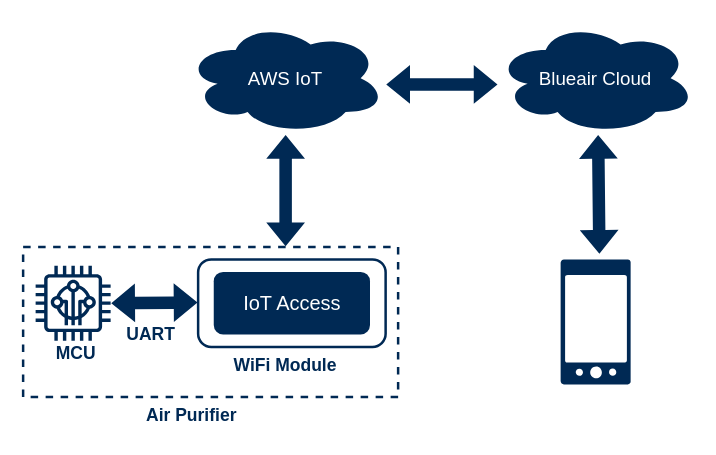
Earlier version of the draw.io diagram Blueair-新模组物理视图.drawio (xunzhaoxusanduo/1-drawio). Source tidied: cells renumbered, new cells numbered last; positions are measured from the earlier drawing's top-left corner, leaving out a move shared by most shapes. Both pictures are drawn from the tidied source at 125%, with x=0, y=0 at pixel (22, 21).
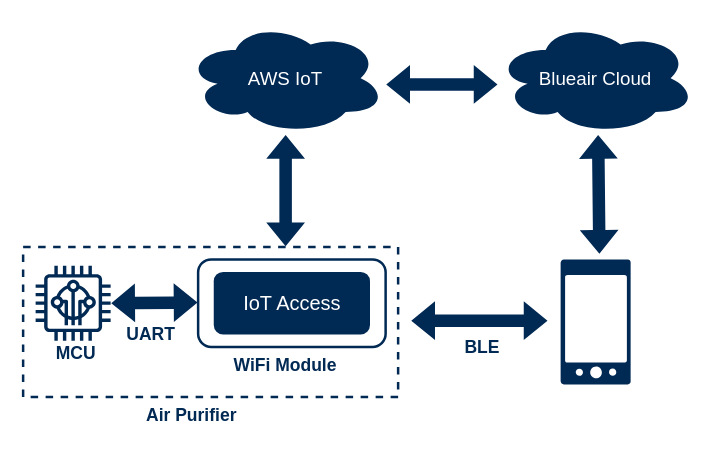
The same diagram, later.

Commit message (it also covers changes not shown here):
更新Blueair-新模组物理视图.drawio

Diff of the diagram source:
```diff
@@
+    <mxCell id="17" style="shape=flexArrow;endArrow=classic;startArrow=classic;html=1;rounded=0;strokeColor=none;fillColor=#002954;" parent="1" edge="1">
+      <mxGeometry relative="1" as="geometry">
+        <mxPoint x="420" y="239" as="sourcePoint" />
+        <mxPoint x="310" y="239" as="targetPoint" />
+      </mxGeometry>
+    </mxCell>
+    <mxCell id="18" value="&lt;font style=&quot;font-size: 14px;&quot; color=&quot;#002954&quot;&gt;BLE&lt;/font&gt;" style="text;html=1;align=center;verticalAlign=middle;whiteSpace=wrap;rounded=0;fontStyle=1;fontSize=14;" parent="1" vertex="1">
+      <mxGeometry x="340" y="250" width="55" height="20" as="geometry" />
+    </mxCell>
```
